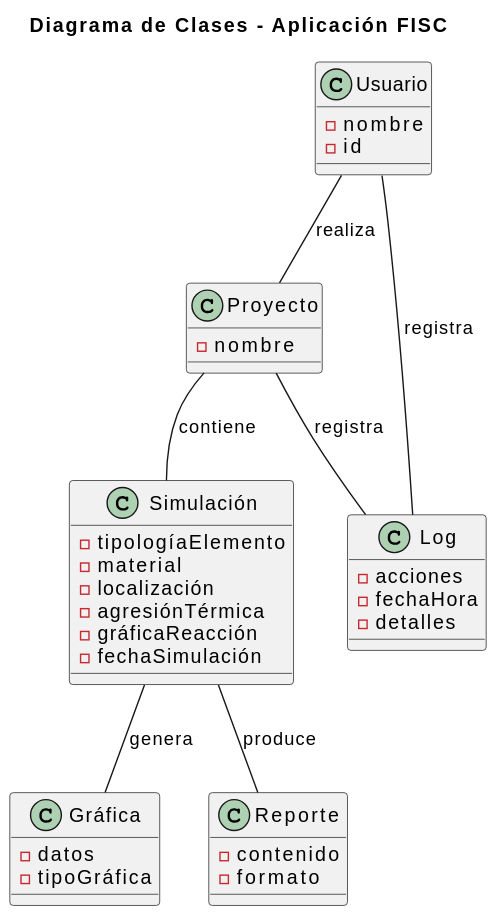
The PlantUML diagram imagenes/modelosUML/diagramaClases.svg in mmasias/23-24-IdSw1-SDR, before a commit.
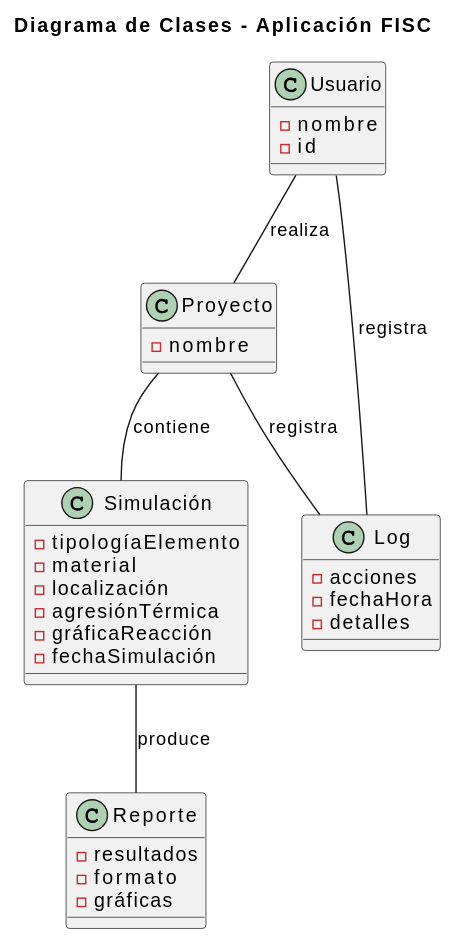
The same file after the commit.

Commit message:
Mejoras diagrama Clases

The edit, as a diff of the source:
```diff
@@ -19,11 +19,6 @@
     - fechaSimulación
 }
 
-class Gráfica {
-    - datos
-    - tipoGráfica
-}
-
 class Log {
     - acciones
     - fechaHora
@@ -31,13 +26,13 @@
 }
 
 class Reporte {
-    - contenido
+    - resultados
     - formato
+    - gráficas
 }
 
 Usuario -- Proyecto : "realiza"
 Proyecto  -- Simulación : "contiene"
-Simulación -- Gráfica : "genera"
 Simulación -- Reporte : "produce"
 Usuario -- Log : "registra"
 Proyecto -- Log : "registra"
```
